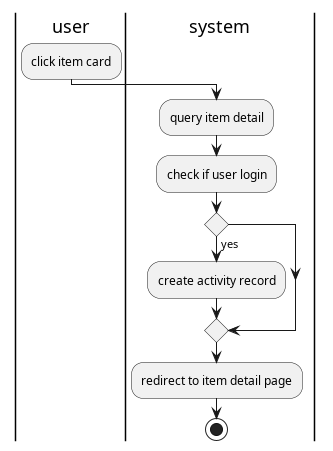
Before: thesis/latex/diagram/activity diagram/10. see item detail/see item detail.png, a diagram exported from PlantUML (aldihsuhandi/skripsi-2023).
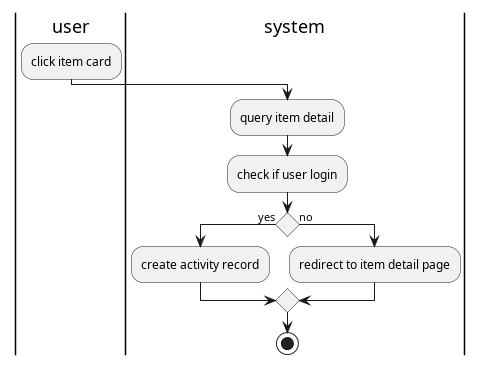
Later version of the same file.

Diff of the diagram source:
```diff
@@ -6,7 +6,8 @@
 :check if user login;
 if () then (yes)
 :create activity record;
+else (no)
+    :redirect to item detail page;
 endif
-:redirect to item detail page;
 stop
 @enduml
```
